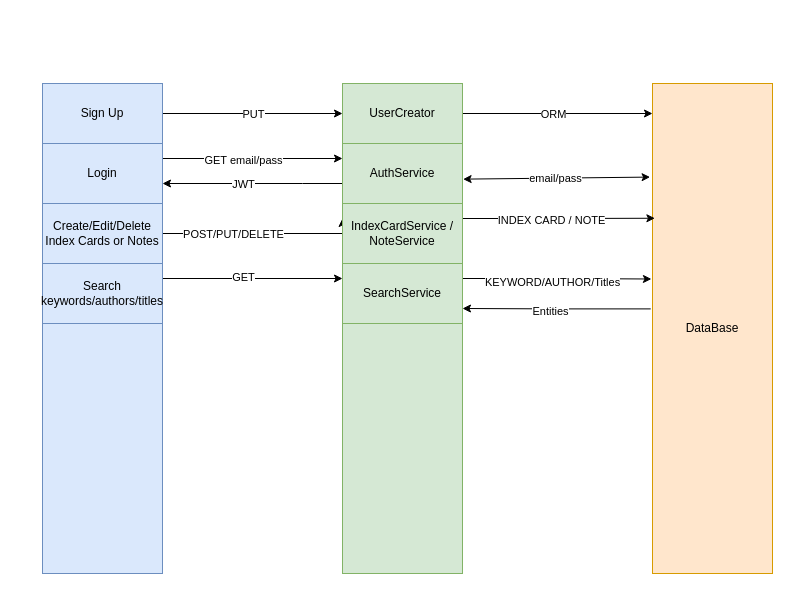
Earlier version of the draw.io diagram docs/Architecture Tier Diagram.drawio (PatersonMichael/cs2-honors-project-knowledge-base-app). Source tidied: cells renumbered, new cells numbered last; positions are measured from the earlier drawing's top-left corner, leaving out a move shared by most shapes. Both pictures are drawn from the tidied source at 100%, with x=0, y=0 at pixel (42, 83).
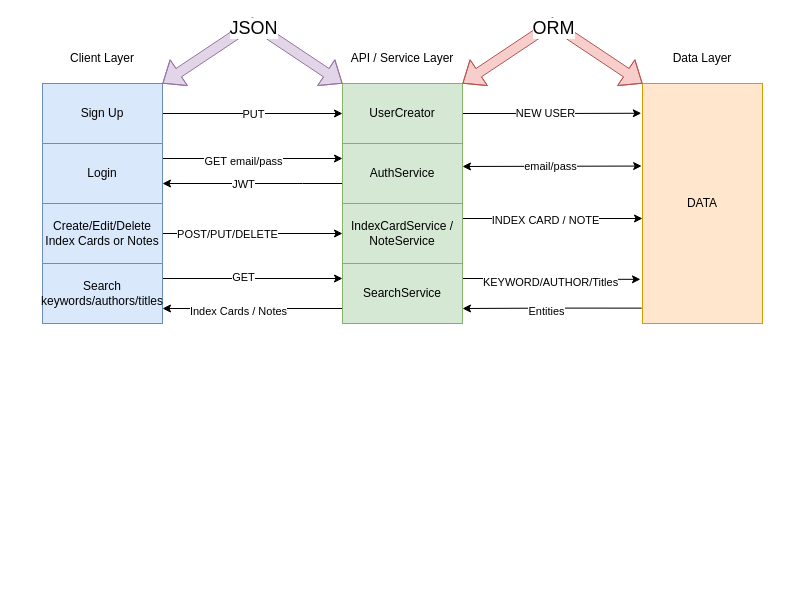
Above is the later version.

The change refers to these unchanged cells:
```xml
<mxCell id="12" value="UserCreator" style="rounded=0;whiteSpace=wrap;html=1;fillColor=#d5e8d4;strokeColor=#82b366;" parent="1" vertex="1">
  <mxGeometry x="300" width="120" height="60" as="geometry" />
</mxCell>
<mxCell id="18" value="AuthService" style="rounded=0;whiteSpace=wrap;html=1;fillColor=#d5e8d4;strokeColor=#82b366;" parent="1" vertex="1">
  <mxGeometry x="300" y="60" width="120" height="60" as="geometry" />
</mxCell>
<mxCell id="21" value="Create/Edit/Delete Index Cards or Notes" style="rounded=0;whiteSpace=wrap;html=1;fillColor=#dae8fc;strokeColor=#6c8ebf;" parent="1" vertex="1">
  <mxGeometry y="120" width="120" height="60" as="geometry" />
</mxCell>
<mxCell id="24" value="Search keywords/authors/titles" style="rounded=0;whiteSpace=wrap;html=1;fillColor=#dae8fc;strokeColor=#6c8ebf;" parent="1" vertex="1">
  <mxGeometry y="180" width="120" height="60" as="geometry" />
</mxCell>
<mxCell id="27" value="IndexCardService / NoteService" style="rounded=0;whiteSpace=wrap;html=1;fillColor=#d5e8d4;strokeColor=#82b366;" parent="1" vertex="1">
  <mxGeometry x="300" y="120" width="120" height="60" as="geometry" />
</mxCell>
<mxCell id="32" value="SearchService" style="rounded=0;whiteSpace=wrap;html=1;fillColor=#d5e8d4;strokeColor=#82b366;" parent="1" vertex="1">
  <mxGeometry x="300" y="180" width="120" height="60" as="geometry" />
</mxCell>
```

The edit, as a diff of the source:
```diff
@@
-<mxGraphModel>
+<mxGraphModel background="#ffffff">
@@
     <mxCell id="2" style="rounded=0;whiteSpace=wrap;html=1;fillColor=#dae8fc;strokeColor=#6c8ebf;" parent="1" vertex="1">
-      <mxGeometry width="120" height="490" as="geometry" />
+      <mxGeometry width="120" height="240" as="geometry" />
     </mxCell>
     <mxCell id="3" style="rounded=0;whiteSpace=wrap;html=1;fillColor=#d5e8d4;strokeColor=#82b366;" parent="1" vertex="1">
-      <mxGeometry x="300" width="120" height="490" as="geometry" />
+      <mxGeometry x="300" width="120" height="240" as="geometry" />
     </mxCell>
-    <mxCell id="4" style="edgeStyle=orthogonalEdgeStyle;rounded=0;jettySize=auto;html=1;exitX=-0.015;exitY=0.46;exitDx=0;exitDy=0;entryX=1;entryY=0.75;entryDx=0;entryDy=0;exitPerimeter=0;" parent="1" edge="1" source="6" target="32">
+    <mxCell id="4" style="edgeStyle=orthogonalEdgeStyle;rounded=0;jettySize=auto;html=1;entryX=1;entryY=0.75;entryDx=0;entryDy=0;exitX=-0.007;exitY=0.936;exitDx=0;exitDy=0;exitPerimeter=0;" parent="1" edge="1" source="6" target="32">
       <mxGeometry relative="1" as="geometry" />
     </mxCell>
@@
-    <mxCell id="6" value="DataBase" style="rounded=0;whiteSpace=wrap;html=1;fillColor=#ffe6cc;strokeColor=#d79b00;" parent="1" vertex="1">
-      <mxGeometry x="610" width="120" height="490" as="geometry" />
+    <mxCell id="6" value="DATA" style="rounded=0;whiteSpace=wrap;html=1;fillColor=#ffe6cc;strokeColor=#d79b00;" parent="1" vertex="1">
+      <mxGeometry x="600" width="120" height="240" as="geometry" />
     </mxCell>
@@
-    <mxCell id="10" style="edgeStyle=orthogonalEdgeStyle;rounded=0;jettySize=auto;html=1;entryX=0;entryY=0.5;entryDx=0;entryDy=0;" parent="1" edge="1" source="12">
-      <mxGeometry relative="1" as="geometry">
-        <mxPoint x="610" y="30" as="targetPoint" />
-      </mxGeometry>
+    <mxCell id="10" style="edgeStyle=orthogonalEdgeStyle;rounded=0;jettySize=auto;html=1;entryX=-0.01;entryY=0.124;entryDx=0;entryDy=0;entryPerimeter=0;" parent="1" edge="1" source="12" target="6">
+      <mxGeometry relative="1" as="geometry" />
     </mxCell>
-    <mxCell id="11" value="ORM" style="edgeLabel;html=1;align=center;verticalAlign=middle;" parent="10" vertex="1">
+    <mxCell id="11" value="NEW USER" style="edgeLabel;html=1;align=center;verticalAlign=middle;" parent="10" vertex="1">
       <mxGeometry x="0.41" y="-1" relative="1" as="geometry">
         <mxPoint x="-43" y="-1" as="offset" />
       </mxGeometry>
     </mxCell>
@@
-    <mxCell id="19" style="edgeStyle=orthogonalEdgeStyle;rounded=0;jettySize=auto;html=1;exitX=1;exitY=0.25;exitDx=0;exitDy=0;entryX=0;entryY=0.25;entryDx=0;entryDy=0;" parent="1" edge="1" source="21" target="27">
+    <mxCell id="19" style="edgeStyle=orthogonalEdgeStyle;rounded=0;jettySize=auto;html=1;exitX=1;exitY=0.25;exitDx=0;exitDy=0;entryX=0;entryY=0.5;entryDx=0;entryDy=0;" parent="1" edge="1" source="21" target="27">
       <mxGeometry relative="1" as="geometry">
         <Array as="points">
           <mxPoint x="120" y="150" />
-          <mxPoint x="300" y="150" />
         </Array>
       </mxGeometry>
     </mxCell>
@@
-    <mxCell id="25" style="edgeStyle=orthogonalEdgeStyle;rounded=0;jettySize=auto;html=1;exitX=1;exitY=0.25;exitDx=0;exitDy=0;entryX=0.02;entryY=0.275;entryDx=0;entryDy=0;entryPerimeter=0;" parent="1" edge="1" source="27" target="6">
-      <mxGeometry relative="1" as="geometry" />
+    <mxCell id="25" style="edgeStyle=orthogonalEdgeStyle;rounded=0;jettySize=auto;html=1;exitX=1;exitY=0.25;exitDx=0;exitDy=0;" parent="1" edge="1" source="27">
+      <mxGeometry relative="1" as="geometry">
+        <mxPoint x="600" y="135" as="targetPoint" />
+      </mxGeometry>
     </mxCell>
@@
-    <mxCell id="28" style="endArrow=classic;startArrow=classic;html=1;rounded=0;entryX=-0.02;entryY=0.191;entryDx=0;entryDy=0;entryPerimeter=0;exitX=1.005;exitY=0.594;exitDx=0;exitDy=0;exitPerimeter=0;" parent="1" edge="1" source="18" target="6">
+    <mxCell id="28" style="endArrow=classic;startArrow=classic;html=1;rounded=0;entryX=-0.007;entryY=0.344;entryDx=0;entryDy=0;entryPerimeter=0;exitX=1;exitY=0.383;exitDx=0;exitDy=0;exitPerimeter=0;" parent="1" edge="1" source="18" target="6">
       <mxGeometry relative="1" as="geometry" />
     </mxCell>
@@
-    <mxCell id="30" style="edgeStyle=orthogonalEdgeStyle;rounded=0;jettySize=auto;html=1;exitX=1;exitY=0.25;exitDx=0;exitDy=0;entryX=-0.009;entryY=0.399;entryDx=0;entryDy=0;entryPerimeter=0;" parent="1" edge="1" source="32" target="6">
+    <mxCell id="30" style="edgeStyle=orthogonalEdgeStyle;rounded=0;jettySize=auto;html=1;exitX=1;exitY=0.25;exitDx=0;exitDy=0;entryX=-0.017;entryY=0.816;entryDx=0;entryDy=0;entryPerimeter=0;" parent="1" edge="1" source="32" target="6">
       <mxGeometry relative="1" as="geometry">
         <Array as="points">
           <mxPoint x="515" y="195" />
+          <mxPoint x="515" y="198" />
+          <mxPoint x="570" y="198" />
+          <mxPoint x="570" y="196" />
         </Array>
       </mxGeometry>
     </mxCell>
@@
+    <mxCell id="33" style="edgeStyle=orthogonalEdgeStyle;rounded=0;jettySize=auto;html=1;exitX=0;exitY=0.75;exitDx=0;exitDy=0;entryX=1;entryY=0.75;entryDx=0;entryDy=0;" parent="1" edge="1" source="32" target="24">
+      <mxGeometry relative="1" as="geometry" />
+    </mxCell>
+    <mxCell id="34" value="Index Cards / Notes" style="edgeLabel;html=1;align=center;verticalAlign=middle;" parent="33" vertex="1">
+      <mxGeometry x="0.17" y="2" relative="1" as="geometry" />
+    </mxCell>
@@
+    <mxCell id="35" value="Client Layer" style="text;html=1;strokeColor=none;fillColor=none;align=center;verticalAlign=middle;whiteSpace=wrap;rounded=0;" parent="1" vertex="1">
+      <mxGeometry x="-25" y="-40" width="170" height="30" as="geometry" />
+    </mxCell>
+    <mxCell id="36" value="API / Service Layer" style="text;html=1;strokeColor=none;fillColor=none;align=center;verticalAlign=middle;whiteSpace=wrap;rounded=0;" parent="1" vertex="1">
+      <mxGeometry x="300" y="-40" width="120" height="30" as="geometry" />
+    </mxCell>
+    <mxCell id="37" value="Data Layer" style="text;html=1;strokeColor=none;fillColor=none;align=center;verticalAlign=middle;whiteSpace=wrap;rounded=0;" parent="1" vertex="1">
+      <mxGeometry x="600" y="-40" width="120" height="30" as="geometry" />
+    </mxCell>
+    <mxCell id="38" style="shape=flexArrow;endArrow=classic;startArrow=classic;html=1;rounded=0;entryX=0;entryY=0;entryDx=0;entryDy=0;fillColor=#e1d5e7;strokeColor=#9673a6;" parent="1" edge="1" target="12">
+      <mxGeometry relative="1" as="geometry">
+        <mxPoint x="120" as="sourcePoint" />
+        <Array as="points">
+          <mxPoint x="210" y="-60" />
+        </Array>
+      </mxGeometry>
+    </mxCell>
+    <mxCell id="39" value="JSON" style="edgeLabel;html=1;align=center;verticalAlign=middle;fontSize=18;" parent="38" vertex="1">
+      <mxGeometry x="0.03" y="-4" relative="1" as="geometry" />
+    </mxCell>
+    <mxCell id="40" style="shape=flexArrow;endArrow=classic;startArrow=classic;html=1;rounded=0;entryX=0;entryY=0;entryDx=0;entryDy=0;fillColor=#f8cecc;strokeColor=#b85450;" parent="1" edge="1">
+      <mxGeometry relative="1" as="geometry">
+        <mxPoint x="420" as="sourcePoint" />
+        <mxPoint x="600" as="targetPoint" />
+        <Array as="points">
+          <mxPoint x="510" y="-60" />
+        </Array>
+      </mxGeometry>
+    </mxCell>
+    <mxCell id="41" value="ORM" style="edgeLabel;html=1;align=center;verticalAlign=middle;fontSize=18;" parent="40" vertex="1">
+      <mxGeometry x="0.03" y="-4" relative="1" as="geometry" />
+    </mxCell>
+    <mxCell id="42" style="edgeStyle=orthogonalEdgeStyle;rounded=0;orthogonalLoop=1;jettySize=auto;html=1;exitX=0.5;exitY=1;exitDx=0;exitDy=0;" parent="1" edge="1" source="2" target="2">
+      <mxGeometry relative="1" as="geometry" />
+    </mxCell>
+    <mxCell id="43" style="edgeStyle=orthogonalEdgeStyle;rounded=0;orthogonalLoop=1;jettySize=auto;html=1;exitX=0.5;exitY=1;exitDx=0;exitDy=0;" parent="1" edge="1" source="6" target="6">
+      <mxGeometry relative="1" as="geometry" />
+    </mxCell>
```
